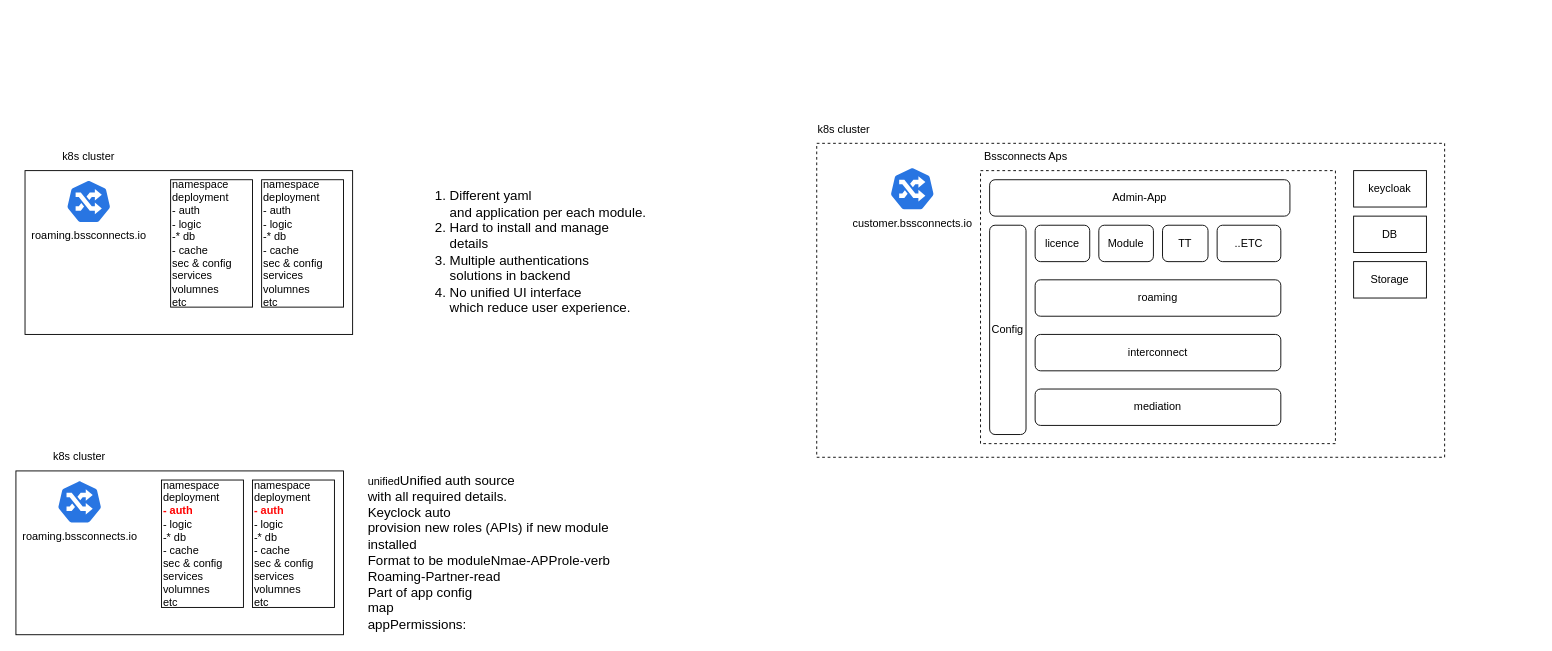
Above: docs/platform-diagram.drawio in BSSConnects/nawat (draw.io), before the change. Source tidied: cells renumbered, new cells numbered last; positions are measured from the earlier drawing's top-left corner, leaving out a move shared by most shapes. Both pictures are drawn from the tidied source at 91%, with x=0, y=0 at pixel (15, 116).
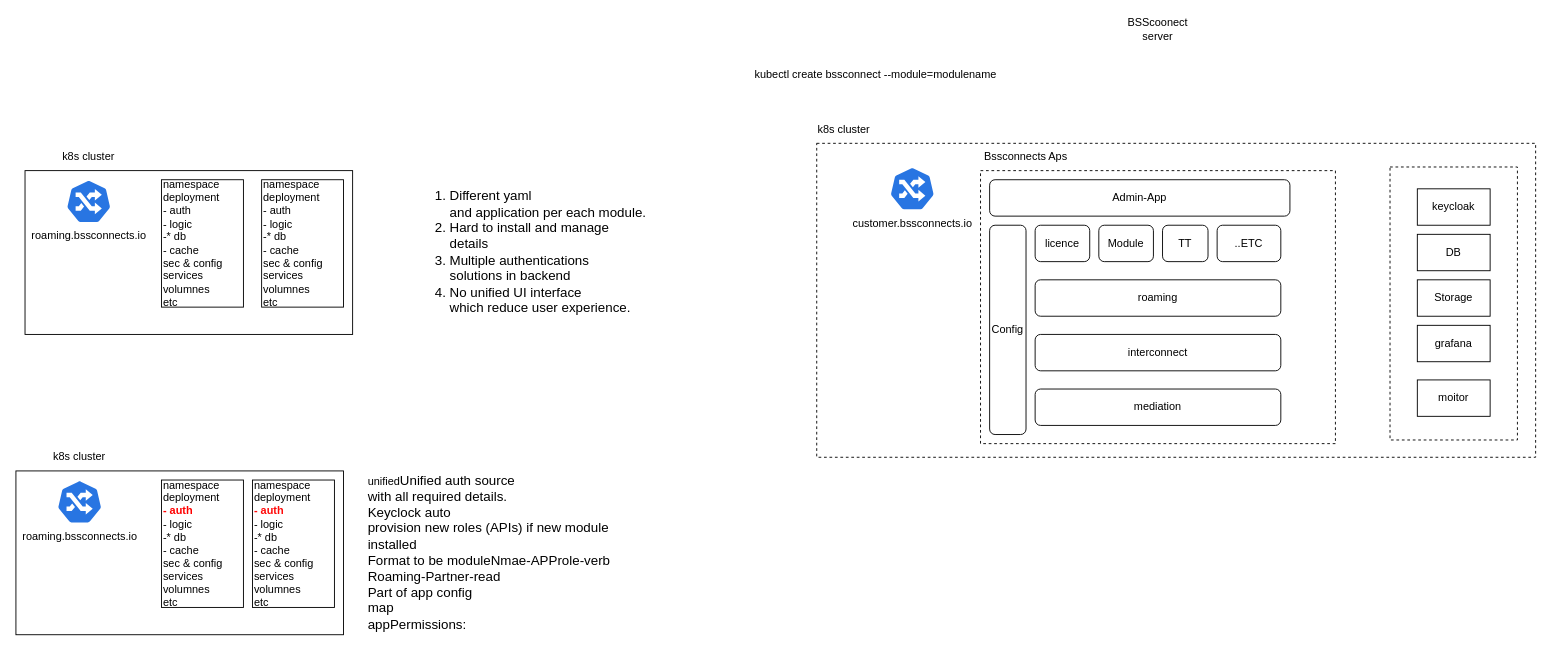
The same page after the edit.

Change to the diagram source:
```diff
@@
     <mxCell id="2" style="whiteSpace=wrap;html=1;dashed=1;" parent="1" vertex="1">
-      <mxGeometry x="880" y="30" width="690" height="345" as="geometry" />
+      <mxGeometry x="880" y="30" width="790" height="345" as="geometry" />
     </mxCell>
+    <mxCell id="31" style="whiteSpace=wrap;html=1;dashed=1;" parent="1" vertex="1">
+      <mxGeometry x="1510" y="56" width="140" height="300" as="geometry" />
+    </mxCell>
     <mxCell id="3" value="keycloak" style="whiteSpace=wrap;html=1;" parent="1" vertex="1">
-      <mxGeometry x="1470" y="60" width="80" height="40" as="geometry" />
+      <mxGeometry x="1540" y="80" width="80" height="40" as="geometry" />
     </mxCell>
@@
     <mxCell id="12" value="namespace&lt;div&gt;deployment&lt;/div&gt;&lt;div&gt;- auth&lt;/div&gt;&lt;div&gt;- logic&lt;/div&gt;&lt;div&gt;-* db&lt;/div&gt;&lt;div&gt;- cache&lt;/div&gt;&lt;div&gt;sec &amp;amp; config&lt;/div&gt;&lt;div&gt;services&lt;/div&gt;&lt;div&gt;volumnes&lt;/div&gt;&lt;div&gt;etc&lt;/div&gt;" style="text;html=1;whiteSpace=wrap;strokeColor=default;fillColor=none;align=left;verticalAlign=middle;rounded=0;" parent="1" vertex="1">
-      <mxGeometry x="170" y="70" width="90" height="140" as="geometry" />
+      <mxGeometry x="160" y="70" width="90" height="140" as="geometry" />
     </mxCell>
@@
     <mxCell id="25" value="DB" style="whiteSpace=wrap;html=1;" parent="1" vertex="1">
-      <mxGeometry x="1470" y="110" width="80" height="40" as="geometry" />
+      <mxGeometry x="1540" y="130" width="80" height="40" as="geometry" />
     </mxCell>
     <mxCell id="26" value="Storage" style="whiteSpace=wrap;html=1;" parent="1" vertex="1">
-      <mxGeometry x="1470" y="160" width="80" height="40" as="geometry" />
+      <mxGeometry x="1540" y="180" width="80" height="40" as="geometry" />
     </mxCell>
@@
+    <mxCell id="32" value="grafana" style="whiteSpace=wrap;html=1;" parent="1" vertex="1">
+      <mxGeometry x="1540" y="230" width="80" height="40" as="geometry" />
+    </mxCell>
+    <mxCell id="33" value="moitor" style="whiteSpace=wrap;html=1;" parent="1" vertex="1">
+      <mxGeometry x="1540" y="290" width="80" height="40" as="geometry" />
+    </mxCell>
+    <mxCell id="34" value="BSScoonect server" style="text;html=1;whiteSpace=wrap;strokeColor=none;fillColor=none;align=center;verticalAlign=middle;rounded=0;" parent="1" vertex="1">
+      <mxGeometry x="1225" y="-110" width="60" height="30" as="geometry" />
+    </mxCell>
+    <mxCell id="35" value="kubectl create bssconnect --module=modulename" style="text;html=1;whiteSpace=wrap;strokeColor=none;fillColor=none;align=center;verticalAlign=middle;rounded=0;" parent="1" vertex="1">
+      <mxGeometry x="780" y="-60" width="330" height="30" as="geometry" />
+    </mxCell>
```
